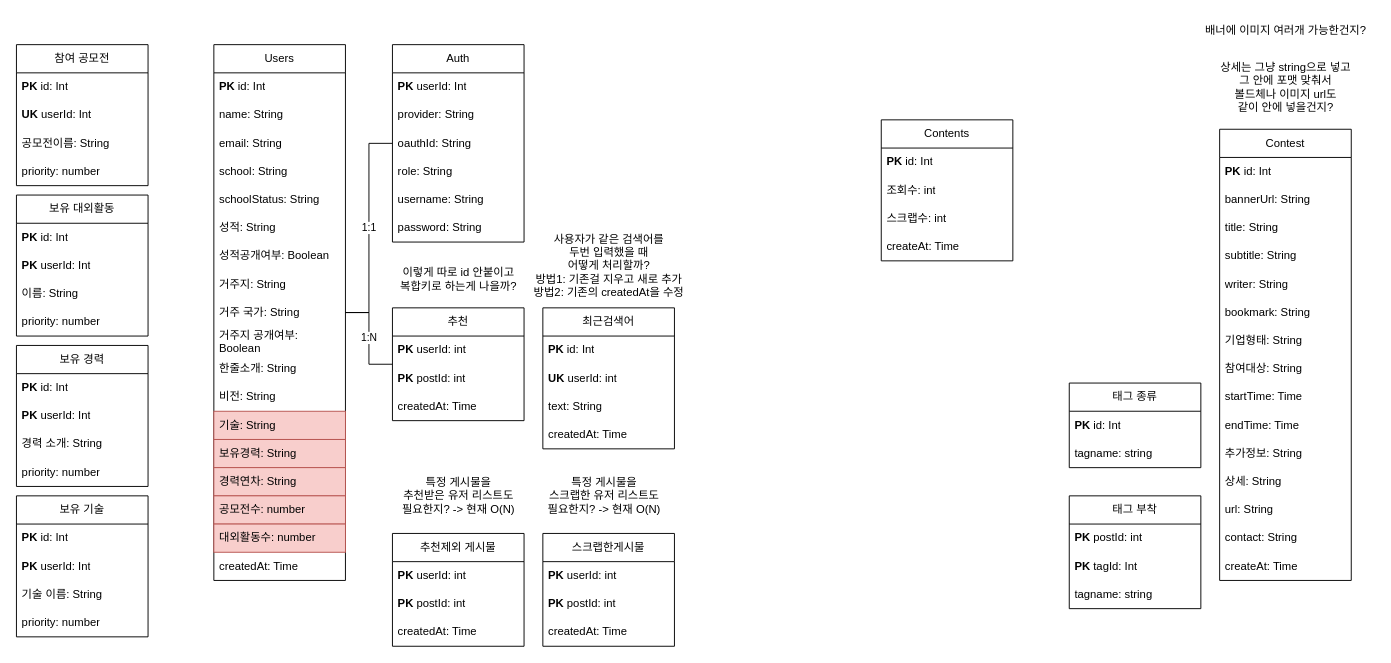
Earlier version of the draw.io diagram 인잡.drawio (oyc0401/spring). Source tidied: cells renumbered, new cells numbered last; positions are measured from the earlier drawing's top-left corner, leaving out a move shared by most shapes. Both pictures are drawn from the tidied source at 94%, with x=0, y=0 at pixel (16, 16).
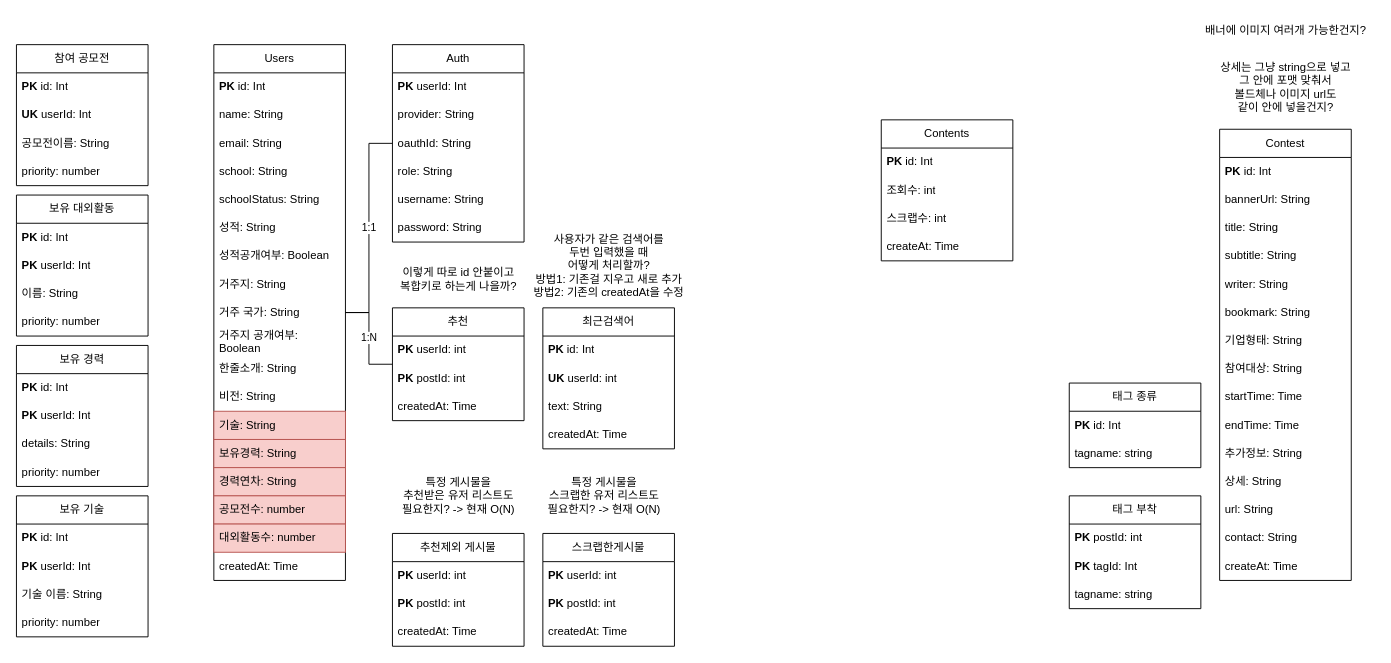
The same diagram, later.

Commit message:
인잡.drawio 업데이트

Unchanged cells that the change refers to:
```xml
<mxCell id="86" value="보유 경력" style="swimlane;fontStyle=0;horizontal=1;startSize=30;whiteSpace=wrap;html=1;" parent="1" vertex="1">
  <mxGeometry y="350" width="140" height="150" as="geometry" />
</mxCell>
```

What changed in the source:
```diff
@@
-    <mxCell id="89" value="경력 소개: String" style="text;strokeColor=none;fillColor=none;align=left;verticalAlign=middle;spacingLeft=4;spacingRight=4;overflow=hidden;whiteSpace=wrap;html=1;" parent="86" vertex="1">
+    <mxCell id="89" value="details: String" style="text;strokeColor=none;fillColor=none;align=left;verticalAlign=middle;spacingLeft=4;spacingRight=4;overflow=hidden;whiteSpace=wrap;html=1;" parent="86" vertex="1">
       <mxGeometry y="90" width="140" height="30" as="geometry" />
     </mxCell>
```
